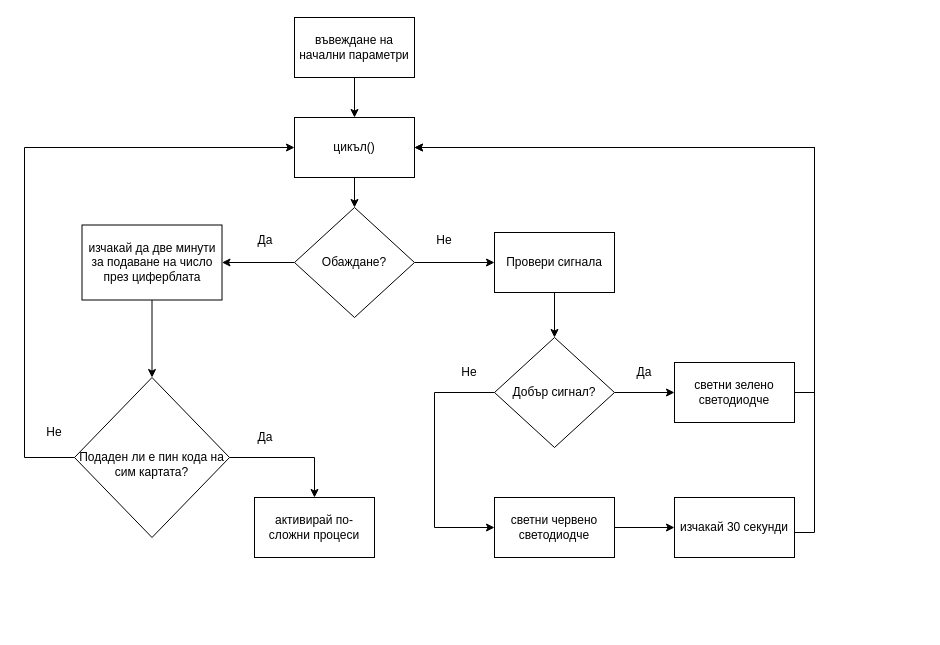
The draw.io diagram Initial code.drawio in DanielDimitrov123/Smart-Domophone, before the edit. Source tidied: cells renumbered, new cells numbered last; positions are measured from the earlier drawing's top-left corner, leaving out a move shared by most shapes. Both pictures are drawn from the tidied source at 100%, with x=0, y=0 at pixel (24, 17).
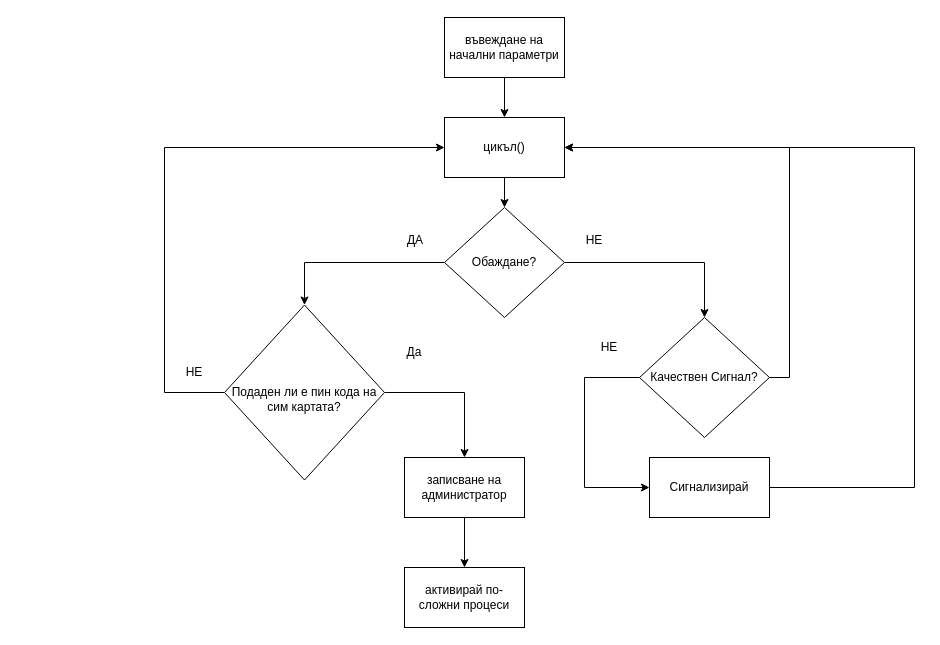
The same page after the edit.

What changed in the source:
```diff
@@
     <mxCell id="3" value="въвеждане на начални параметри" style="rounded=0;whiteSpace=wrap;html=1;" parent="1" vertex="1">
-      <mxGeometry x="270" width="120" height="60" as="geometry" />
+      <mxGeometry x="420" width="120" height="60" as="geometry" />
     </mxCell>
@@
     <mxCell id="5" value="цикъл()" style="rounded=0;whiteSpace=wrap;html=1;" parent="1" vertex="1">
-      <mxGeometry x="270" y="100" width="120" height="60" as="geometry" />
+      <mxGeometry x="420" y="100" width="120" height="60" as="geometry" />
     </mxCell>
-    <mxCell id="6" style="edgeStyle=orthogonalEdgeStyle;rounded=0;jettySize=auto;html=1;" parent="1" edge="1" source="8" target="10">
+    <mxCell id="6" style="edgeStyle=orthogonalEdgeStyle;rounded=0;jettySize=auto;html=1;entryX=0.5;entryY=0;entryDx=0;entryDy=0;" parent="1" edge="1" source="8" target="23">
       <mxGeometry relative="1" as="geometry" />
     </mxCell>
-    <mxCell id="7" style="edgeStyle=orthogonalEdgeStyle;rounded=0;jettySize=auto;html=1;" parent="1" edge="1" source="8" target="13">
+    <mxCell id="7" style="edgeStyle=orthogonalEdgeStyle;rounded=0;jettySize=auto;html=1;entryX=0.5;entryY=0;entryDx=0;entryDy=0;" parent="1" edge="1" source="8" target="17">
       <mxGeometry relative="1" as="geometry" />
     </mxCell>
     <mxCell id="8" value="Обаждане?" style="rhombus;whiteSpace=wrap;html=1;" parent="1" vertex="1">
-      <mxGeometry x="270" y="190" width="120" height="110" as="geometry" />
+      <mxGeometry x="420" y="190" width="120" height="110" as="geometry" />
     </mxCell>
-    <mxCell id="9" style="edgeStyle=orthogonalEdgeStyle;rounded=0;jettySize=auto;html=1;exitX=0.5;exitY=1;exitDx=0;exitDy=0;entryX=0.5;entryY=0;entryDx=0;entryDy=0;" parent="1" edge="1" source="10" target="23">
-      <mxGeometry relative="1" as="geometry" />
-    </mxCell>
-    <mxCell id="10" value="изчакай да две минути за подаване на число през циферблата" style="whiteSpace=wrap;html=1;" parent="1" vertex="1">
-      <mxGeometry x="57.5" y="207.5" width="140" height="75" as="geometry" />
-    </mxCell>
-    <mxCell id="11" value="Да" style="text;html=1;align=center;verticalAlign=middle;whiteSpace=wrap;rounded=0;" parent="1" vertex="1">
-      <mxGeometry x="211" y="207.5" width="60" height="30" as="geometry" />
+    <mxCell id="11" value="ДА" style="text;html=1;align=center;verticalAlign=middle;whiteSpace=wrap;rounded=0;" parent="1" vertex="1">
+      <mxGeometry x="361" y="207.5" width="60" height="30" as="geometry" />
     </mxCell>
-    <mxCell id="12" style="edgeStyle=orthogonalEdgeStyle;rounded=0;jettySize=auto;html=1;exitX=0.5;exitY=1;exitDx=0;exitDy=0;entryX=0.5;entryY=0;entryDx=0;entryDy=0;" parent="1" edge="1" source="13" target="17">
-      <mxGeometry relative="1" as="geometry" />
-    </mxCell>
-    <mxCell id="13" value="Провери сигнала" style="whiteSpace=wrap;html=1;" parent="1" vertex="1">
-      <mxGeometry x="470" y="215" width="120" height="60" as="geometry" />
-    </mxCell>
-    <mxCell id="14" value="Не" style="text;html=1;align=center;verticalAlign=middle;whiteSpace=wrap;rounded=0;" parent="1" vertex="1">
-      <mxGeometry x="390" y="207.5" width="60" height="30" as="geometry" />
+    <mxCell id="14" value="НЕ" style="text;html=1;align=center;verticalAlign=middle;whiteSpace=wrap;rounded=0;" parent="1" vertex="1">
+      <mxGeometry x="540" y="207.5" width="60" height="30" as="geometry" />
     </mxCell>
-    <mxCell id="15" style="edgeStyle=orthogonalEdgeStyle;rounded=0;jettySize=auto;html=1;exitX=1;exitY=0.5;exitDx=0;exitDy=0;entryX=0;entryY=0.5;entryDx=0;entryDy=0;" parent="1" edge="1" source="17" target="20">
+    <mxCell id="15" style="edgeStyle=orthogonalEdgeStyle;rounded=0;jettySize=auto;html=1;exitX=1;exitY=0.5;exitDx=0;exitDy=0;entryX=1;entryY=0.5;entryDx=0;entryDy=0;" parent="1" edge="1" source="17" target="5">
       <mxGeometry relative="1" as="geometry" />
     </mxCell>
     <mxCell id="16" style="edgeStyle=orthogonalEdgeStyle;rounded=0;jettySize=auto;html=1;exitX=0;exitY=0.5;exitDx=0;exitDy=0;entryX=0;entryY=0.5;entryDx=0;entryDy=0;" parent="1" edge="1" source="17" target="27">
       <mxGeometry relative="1" as="geometry">
         <Array as="points">
-          <mxPoint x="410" y="375" />
-          <mxPoint x="410" y="510" />
+          <mxPoint x="560" y="360" />
+          <mxPoint x="560" y="470" />
         </Array>
       </mxGeometry>
     </mxCell>
-    <mxCell id="17" value="Добър сигнал?" style="rhombus;whiteSpace=wrap;html=1;" parent="1" vertex="1">
-      <mxGeometry x="470" y="320" width="120" height="110" as="geometry" />
+    <mxCell id="17" value="Качествен Сигнал?" style="rhombus;whiteSpace=wrap;html=1;" parent="1" vertex="1">
+      <mxGeometry x="615" y="300" width="130" height="120" as="geometry" />
     </mxCell>
-    <mxCell id="18" value="Да" style="text;html=1;align=center;verticalAlign=middle;whiteSpace=wrap;rounded=0;" parent="1" vertex="1">
-      <mxGeometry x="590" y="340" width="60" height="30" as="geometry" />
-    </mxCell>
-    <mxCell id="19" style="edgeStyle=orthogonalEdgeStyle;rounded=0;jettySize=auto;html=1;exitX=1;exitY=0.5;exitDx=0;exitDy=0;entryX=1;entryY=0.5;entryDx=0;entryDy=0;" parent="1" edge="1" source="20" target="5">
-      <mxGeometry relative="1" as="geometry" />
-    </mxCell>
-    <mxCell id="20" value="светни зелено светодиодче" style="rounded=0;whiteSpace=wrap;html=1;" parent="1" vertex="1">
-      <mxGeometry x="650" y="345" width="120" height="60" as="geometry" />
-    </mxCell>
     <mxCell id="21" style="edgeStyle=orthogonalEdgeStyle;rounded=0;jettySize=auto;html=1;exitX=0;exitY=0.5;exitDx=0;exitDy=0;entryX=0;entryY=0.5;entryDx=0;entryDy=0;" parent="1" edge="1" source="23" target="5">
       <mxGeometry relative="1" as="geometry">
         <Array as="points">
-          <mxPoint y="440" />
-          <mxPoint y="130" />
+          <mxPoint x="140" y="375" />
+          <mxPoint x="140" y="130" />
         </Array>
       </mxGeometry>
     </mxCell>
-    <mxCell id="22" style="edgeStyle=orthogonalEdgeStyle;rounded=0;jettySize=auto;html=1;exitX=1;exitY=0.5;exitDx=0;exitDy=0;" parent="1" edge="1" source="23" target="30">
+    <mxCell id="22" style="edgeStyle=orthogonalEdgeStyle;rounded=0;jettySize=auto;html=1;exitX=1;exitY=0.5;exitDx=0;exitDy=0;entryX=0.5;entryY=0;entryDx=0;entryDy=0;" parent="1" edge="1" source="23" target="34">
       <mxGeometry relative="1" as="geometry">
         <Array as="points">
-          <mxPoint x="290" y="440" />
+          <mxPoint x="440" y="375" />
         </Array>
       </mxGeometry>
     </mxCell>
     <mxCell id="23" value="&lt;div&gt;&lt;br&gt;&lt;/div&gt;Подаден ли е пин кода на сим картата?" style="rhombus;whiteSpace=wrap;html=1;" parent="1" vertex="1">
-      <mxGeometry x="50" y="360" width="155" height="160" as="geometry" />
+      <mxGeometry x="200" y="287.5" width="160" height="175" as="geometry" />
     </mxCell>
-    <mxCell id="24" value="Не" style="text;html=1;align=center;verticalAlign=middle;whiteSpace=wrap;rounded=0;" parent="1" vertex="1">
-      <mxGeometry y="400" width="60" height="30" as="geometry" />
+    <mxCell id="24" value="НЕ" style="text;html=1;align=center;verticalAlign=middle;whiteSpace=wrap;rounded=0;" parent="1" vertex="1">
+      <mxGeometry x="140" y="340" width="60" height="30" as="geometry" />
     </mxCell>
     <mxCell id="25" value="Да" style="text;html=1;align=center;verticalAlign=middle;whiteSpace=wrap;rounded=0;" parent="1" vertex="1">
-      <mxGeometry x="211" y="405" width="60" height="30" as="geometry" />
+      <mxGeometry x="360" y="320" width="60" height="30" as="geometry" />
     </mxCell>
-    <mxCell id="26" style="edgeStyle=orthogonalEdgeStyle;rounded=0;jettySize=auto;html=1;entryX=0;entryY=0.5;entryDx=0;entryDy=0;exitX=1;exitY=0.5;exitDx=0;exitDy=0;" parent="1" edge="1" source="27" target="29">
-      <mxGeometry relative="1" as="geometry">
-        <Array as="points">
-          <mxPoint x="490" y="510" />
-          <mxPoint x="490" y="510" />
-        </Array>
-      </mxGeometry>
-    </mxCell>
+    <mxCell id="32" style="edgeStyle=orthogonalEdgeStyle;rounded=0;jettySize=auto;html=1;entryX=1;entryY=0.5;entryDx=0;entryDy=0;" parent="1" edge="1" source="27" target="5">
+      <mxGeometry relative="1" as="geometry">
+        <Array as="points">
+          <mxPoint x="890" y="470" />
+          <mxPoint x="890" y="130" />
+        </Array>
+      </mxGeometry>
+    </mxCell>
-    <mxCell id="27" value="светни червено светодиодче" style="rounded=0;whiteSpace=wrap;html=1;" parent="1" vertex="1">
-      <mxGeometry x="470" y="480" width="120" height="60" as="geometry" />
+    <mxCell id="27" value="Сигнализирай" style="rounded=0;whiteSpace=wrap;html=1;" parent="1" vertex="1">
+      <mxGeometry x="625" y="440" width="120" height="60" as="geometry" />
     </mxCell>
-    <mxCell id="28" style="edgeStyle=orthogonalEdgeStyle;rounded=0;jettySize=auto;html=1;exitX=1;exitY=0.5;exitDx=0;exitDy=0;entryX=1;entryY=0.5;entryDx=0;entryDy=0;" parent="1" edge="1" source="29" target="5">
-      <mxGeometry relative="1" as="geometry">
-        <Array as="points">
-          <mxPoint x="790" y="515" />
-          <mxPoint x="790" y="130" />
-        </Array>
-      </mxGeometry>
-    </mxCell>
-    <mxCell id="29" value="изчакай 30 секунди" style="whiteSpace=wrap;html=1;rounded=0;" parent="1" vertex="1">
-      <mxGeometry x="650" y="480" width="120" height="60" as="geometry" />
-    </mxCell>
     <mxCell id="30" value="активирай по-сложни процеси" style="rounded=0;whiteSpace=wrap;html=1;" parent="1" vertex="1">
-      <mxGeometry x="230" y="480" width="120" height="60" as="geometry" />
+      <mxGeometry x="380" y="550" width="120" height="60" as="geometry" />
     </mxCell>
-    <mxCell id="31" value="Не" style="text;html=1;align=center;verticalAlign=middle;whiteSpace=wrap;rounded=0;" parent="1" vertex="1">
-      <mxGeometry x="415" y="340" width="60" height="30" as="geometry" />
+    <mxCell id="31" value="НЕ" style="text;html=1;align=center;verticalAlign=middle;whiteSpace=wrap;rounded=0;" parent="1" vertex="1">
+      <mxGeometry x="555" y="315" width="60" height="30" as="geometry" />
     </mxCell>
+    <mxCell id="33" style="edgeStyle=orthogonalEdgeStyle;rounded=0;jettySize=auto;html=1;" parent="1" edge="1" source="34" target="30">
+      <mxGeometry relative="1" as="geometry" />
+    </mxCell>
+    <mxCell id="34" value="записване на администратор" style="rounded=0;whiteSpace=wrap;html=1;" parent="1" vertex="1">
+      <mxGeometry x="380" y="440" width="120" height="60" as="geometry" />
+    </mxCell>
```
